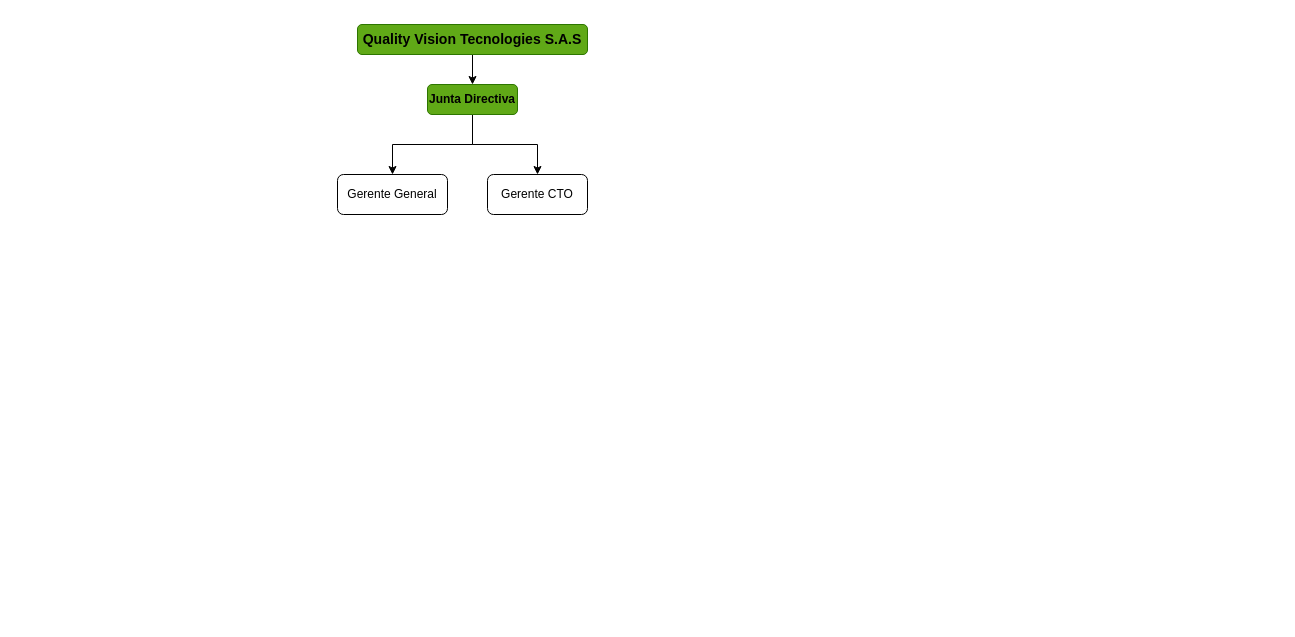
Earlier version of the draw.io diagram Organigrama.drawio (MonicaGalvis27/EjemploLista). Source tidied: cells renumbered, new cells numbered last; positions are measured from the earlier drawing's top-left corner, leaving out a move shared by most shapes. Both pictures are drawn from the tidied source at 100%, with x=0, y=0 at pixel (337, 24).
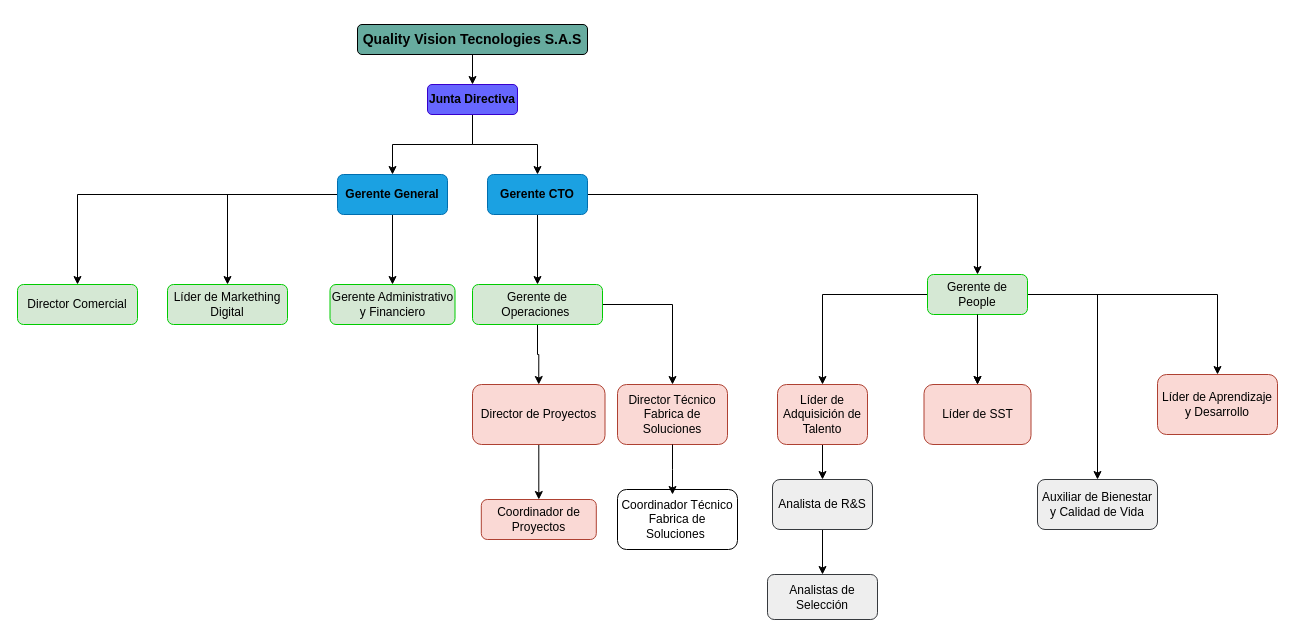
The same diagram, later.

Change to the diagram source:
```diff
@@
-    <mxCell id="3" value="&lt;h3 style=&quot;color: rgb(0, 0, 0);&quot;&gt;Quality Vision Tecnologies S.A.S&lt;/h3&gt;" style="rounded=1;whiteSpace=wrap;html=1;fillColor=#60a917;strokeColor=#2D7600;fontColor=#ffffff;" parent="1" vertex="1">
+    <mxCell id="3" value="&lt;h3 style=&quot;color: rgb(0, 0, 0);&quot;&gt;Quality Vision Tecnologies S.A.S&lt;/h3&gt;" style="rounded=1;whiteSpace=wrap;html=1;fillColor=#67AB9F;" parent="1" vertex="1">
       <mxGeometry x="20" width="230" height="30" as="geometry" />
     </mxCell>
@@
-    <mxCell id="6" value="&lt;font style=&quot;color: rgb(0, 0, 0);&quot;&gt;&lt;b&gt;Junta Directiva&lt;/b&gt;&lt;/font&gt;" style="rounded=1;whiteSpace=wrap;html=1;fillColor=#60a917;fontColor=#ffffff;strokeColor=#2D7600;" parent="1" vertex="1">
+    <mxCell id="6" value="&lt;font style=&quot;color: rgb(0, 0, 0);&quot;&gt;&lt;b&gt;Junta Directiva&lt;/b&gt;&lt;/font&gt;" style="rounded=1;whiteSpace=wrap;html=1;fillColor=#6666FF;fontColor=#ffffff;strokeColor=#3700CC;" parent="1" vertex="1">
       <mxGeometry x="90" y="60" width="90" height="30" as="geometry" />
     </mxCell>
+    <mxCell id="9" style="edgeStyle=orthogonalEdgeStyle;rounded=0;jettySize=auto;html=1;entryX=0.5;entryY=0;entryDx=0;entryDy=0;" parent="1" edge="1" source="7" target="14">
+      <mxGeometry relative="1" as="geometry" />
+    </mxCell>
+    <mxCell id="10" style="edgeStyle=orthogonalEdgeStyle;rounded=0;jettySize=auto;html=1;entryX=0.5;entryY=0;entryDx=0;entryDy=0;" parent="1" edge="1" source="7" target="15">
+      <mxGeometry relative="1" as="geometry" />
+    </mxCell>
+    <mxCell id="11" style="edgeStyle=orthogonalEdgeStyle;rounded=0;jettySize=auto;html=1;entryX=0.5;entryY=0;entryDx=0;entryDy=0;" parent="1" edge="1" source="7" target="16">
+      <mxGeometry relative="1" as="geometry" />
+    </mxCell>
-    <mxCell id="7" value="Gerente General" style="rounded=1;whiteSpace=wrap;html=1;" parent="1" vertex="1">
+    <mxCell id="7" value="&lt;font style=&quot;vertical-align: inherit; color: rgb(0, 0, 0);&quot; dir=&quot;auto&quot;&gt;&lt;b&gt;Gerente General&lt;/b&gt;&lt;/font&gt;" style="rounded=1;whiteSpace=wrap;html=1;fillColor=#1ba1e2;strokeColor=#006EAF;fontColor=#ffffff;" parent="1" vertex="1">
       <mxGeometry y="150" width="110" height="40" as="geometry" />
     </mxCell>
+    <mxCell id="12" style="edgeStyle=orthogonalEdgeStyle;rounded=0;jettySize=auto;html=1;entryX=0.5;entryY=0;entryDx=0;entryDy=0;" parent="1" edge="1" source="8" target="19">
+      <mxGeometry relative="1" as="geometry" />
+    </mxCell>
+    <mxCell id="13" style="edgeStyle=orthogonalEdgeStyle;rounded=0;jettySize=auto;html=1;entryX=0.5;entryY=0;entryDx=0;entryDy=0;" parent="1" edge="1" source="8" target="24">
+      <mxGeometry relative="1" as="geometry" />
+    </mxCell>
-    <mxCell id="8" value="Gerente CTO" style="rounded=1;whiteSpace=wrap;html=1;" parent="1" vertex="1">
+    <mxCell id="8" value="&lt;font style=&quot;color: rgb(0, 0, 0);&quot;&gt;&lt;b&gt;Gerente CTO&lt;/b&gt;&lt;/font&gt;" style="rounded=1;whiteSpace=wrap;html=1;fillColor=#1ba1e2;strokeColor=#006EAF;fontColor=#ffffff;" parent="1" vertex="1">
       <mxGeometry x="150" y="150" width="100" height="40" as="geometry" />
     </mxCell>
+    <mxCell id="14" value="Director Comercial" style="rounded=1;whiteSpace=wrap;html=1;fillColor=#d5e8d4;strokeColor=#00CC00;" parent="1" vertex="1">
+      <mxGeometry x="-320" y="260" width="120" height="40" as="geometry" />
+    </mxCell>
+    <mxCell id="15" value="Líder de Markething Digital" style="rounded=1;whiteSpace=wrap;html=1;fillColor=#d5e8d4;strokeColor=#00CC00;" parent="1" vertex="1">
+      <mxGeometry x="-170" y="260" width="120" height="40" as="geometry" />
+    </mxCell>
+    <mxCell id="16" value="Gerente Administrativo y Financiero" style="rounded=1;whiteSpace=wrap;html=1;fillColor=#d5e8d4;strokeColor=#00CC00;" parent="1" vertex="1">
+      <mxGeometry x="-7.5" y="260" width="125" height="40" as="geometry" />
+    </mxCell>
+    <mxCell id="17" style="edgeStyle=orthogonalEdgeStyle;rounded=0;jettySize=auto;html=1;entryX=0.5;entryY=0;entryDx=0;entryDy=0;" parent="1" edge="1" source="19" target="26">
+      <mxGeometry relative="1" as="geometry" />
+    </mxCell>
+    <mxCell id="18" style="edgeStyle=orthogonalEdgeStyle;rounded=0;jettySize=auto;html=1;entryX=0.5;entryY=0;entryDx=0;entryDy=0;" parent="1" edge="1" source="19" target="28">
+      <mxGeometry relative="1" as="geometry" />
+    </mxCell>
+    <mxCell id="19" value="Gerente de Operaciones&amp;nbsp;" style="rounded=1;whiteSpace=wrap;html=1;fillColor=#d5e8d4;strokeColor=#00CC00;" parent="1" vertex="1">
+      <mxGeometry x="135" y="260" width="130" height="40" as="geometry" />
+    </mxCell>
+    <mxCell id="20" style="edgeStyle=orthogonalEdgeStyle;rounded=0;jettySize=auto;html=1;entryX=0.5;entryY=0;entryDx=0;entryDy=0;" parent="1" edge="1" source="24" target="30">
+      <mxGeometry relative="1" as="geometry" />
+    </mxCell>
+    <mxCell id="21" style="edgeStyle=orthogonalEdgeStyle;rounded=0;jettySize=auto;html=1;entryX=0.5;entryY=0;entryDx=0;entryDy=0;" parent="1" edge="1" source="24" target="38">
+      <mxGeometry relative="1" as="geometry" />
+    </mxCell>
+    <mxCell id="22" style="edgeStyle=orthogonalEdgeStyle;rounded=0;jettySize=auto;html=1;entryX=0.5;entryY=0;entryDx=0;entryDy=0;" parent="1" edge="1" source="24" target="31">
+      <mxGeometry relative="1" as="geometry" />
+    </mxCell>
+    <mxCell id="23" style="edgeStyle=orthogonalEdgeStyle;rounded=0;jettySize=auto;html=1;entryX=0.5;entryY=0;entryDx=0;entryDy=0;" parent="1" edge="1" source="24" target="35">
+      <mxGeometry relative="1" as="geometry" />
+    </mxCell>
+    <mxCell id="24" value="Gerente de People" style="rounded=1;whiteSpace=wrap;html=1;fillColor=#d5e8d4;strokeColor=#00CC00;" parent="1" vertex="1">
+      <mxGeometry x="590" y="250" width="100" height="40" as="geometry" />
+    </mxCell>
+    <mxCell id="25" style="edgeStyle=orthogonalEdgeStyle;rounded=0;jettySize=auto;html=1;entryX=0.5;entryY=0;entryDx=0;entryDy=0;" parent="1" edge="1" source="26" target="27">
+      <mxGeometry relative="1" as="geometry" />
+    </mxCell>
+    <mxCell id="26" value="Director de Proyectos" style="rounded=1;whiteSpace=wrap;html=1;fillColor=#fad9d5;strokeColor=#ae4132;" parent="1" vertex="1">
+      <mxGeometry x="135" y="360" width="132.5" height="60" as="geometry" />
+    </mxCell>
+    <mxCell id="27" value="Coordinador de Proyectos" style="rounded=1;whiteSpace=wrap;html=1;fillColor=#fad9d5;strokeColor=#ae4132;" parent="1" vertex="1">
+      <mxGeometry x="143.8" y="475" width="115" height="40" as="geometry" />
+    </mxCell>
+    <mxCell id="28" value="Director Técnico Fabrica de Soluciones" style="rounded=1;whiteSpace=wrap;html=1;fillColor=#fad9d5;strokeColor=#ae4132;" parent="1" vertex="1">
+      <mxGeometry x="280" y="360" width="110" height="60" as="geometry" />
+    </mxCell>
+    <mxCell id="29" style="edgeStyle=orthogonalEdgeStyle;rounded=0;jettySize=auto;html=1;entryX=0.5;entryY=0;entryDx=0;entryDy=0;" parent="1" edge="1" source="30" target="33">
+      <mxGeometry relative="1" as="geometry" />
+    </mxCell>
+    <mxCell id="30" value="Líder de Adquisición de Talento" style="rounded=1;whiteSpace=wrap;html=1;fillColor=#fad9d5;strokeColor=#ae4132;" parent="1" vertex="1">
+      <mxGeometry x="440" y="360" width="90" height="60" as="geometry" />
+    </mxCell>
+    <mxCell id="31" value="Líder de Aprendizaje y Desarrollo" style="rounded=1;whiteSpace=wrap;html=1;fillColor=#fad9d5;strokeColor=#ae4132;" parent="1" vertex="1">
+      <mxGeometry x="820" y="350" width="120" height="60" as="geometry" />
+    </mxCell>
+    <mxCell id="32" style="edgeStyle=orthogonalEdgeStyle;rounded=0;jettySize=auto;html=1;entryX=0.5;entryY=0;entryDx=0;entryDy=0;" parent="1" edge="1" source="33" target="34">
+      <mxGeometry relative="1" as="geometry" />
+    </mxCell>
+    <mxCell id="33" value="Analista de R&amp;amp;S" style="rounded=1;whiteSpace=wrap;html=1;fillColor=#eeeeee;strokeColor=#36393d;" parent="1" vertex="1">
+      <mxGeometry x="435" y="455" width="100" height="50" as="geometry" />
+    </mxCell>
+    <mxCell id="34" value="Analistas de Selección" style="rounded=1;whiteSpace=wrap;html=1;fillColor=#eeeeee;strokeColor=#36393d;" parent="1" vertex="1">
+      <mxGeometry x="430" y="550" width="110" height="45" as="geometry" />
+    </mxCell>
+    <mxCell id="35" value="Auxiliar de Bienestar y Calidad de Vida" style="rounded=1;whiteSpace=wrap;html=1;fillColor=#eeeeee;strokeColor=#36393d;" parent="1" vertex="1">
+      <mxGeometry x="700" y="455" width="120" height="50" as="geometry" />
+    </mxCell>
+    <mxCell id="36" value="Coordinador Técnico Fabrica de Soluciones&lt;span style=&quot;background-color: transparent; color: light-dark(rgb(0, 0, 0), rgb(255, 255, 255));&quot;&gt;&amp;nbsp;&lt;/span&gt;" style="rounded=1;whiteSpace=wrap;html=1;" parent="1" vertex="1">
+      <mxGeometry x="280" y="465" width="120" height="60" as="geometry" />
+    </mxCell>
+    <mxCell id="37" style="edgeStyle=orthogonalEdgeStyle;rounded=0;jettySize=auto;html=1;" parent="1" edge="1" source="24" target="38">
+      <mxGeometry relative="1" as="geometry" />
+    </mxCell>
+    <mxCell id="38" value="Líder de SST" style="rounded=1;whiteSpace=wrap;html=1;fillColor=#fad9d5;strokeColor=#ae4132;" parent="1" vertex="1">
+      <mxGeometry x="586.5" y="360" width="107" height="60" as="geometry" />
+    </mxCell>
+    <mxCell id="39" style="edgeStyle=orthogonalEdgeStyle;rounded=0;jettySize=auto;html=1;" parent="1" edge="1" source="28">
+      <mxGeometry relative="1" as="geometry">
+        <mxPoint x="335" y="470" as="targetPoint" />
+      </mxGeometry>
+    </mxCell>
```
